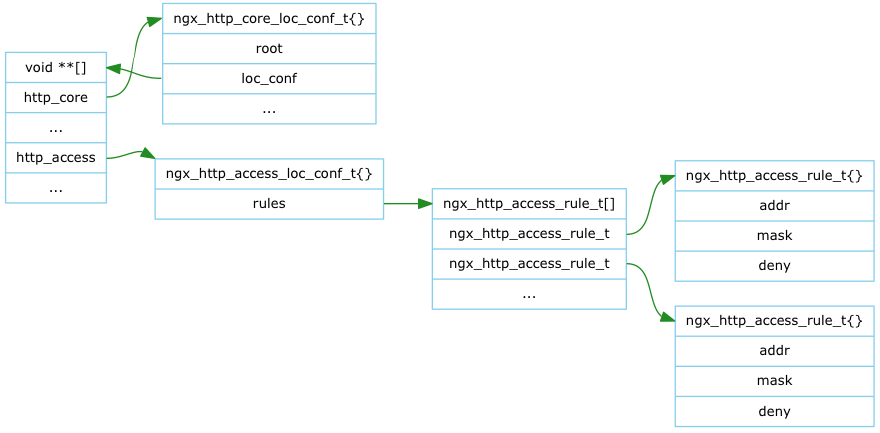
lingjf/nginx_analyse keeps this Graphviz diagram as doc/Graph/http_access/http_access_configuration.png. Above is the earlier version. Its source is kept beside it as doc/Graph/http_access/http_access_configuration.gv.
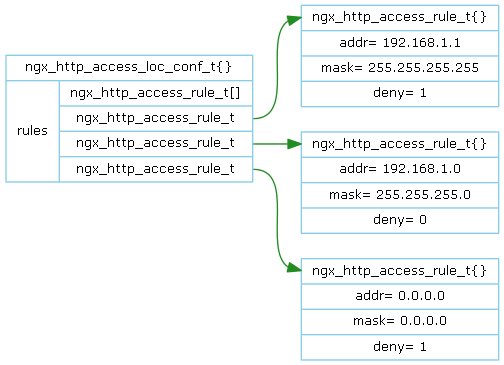
After the change.

Commit message:
Add access documents

What changed in the source:
```diff
@@ -4,20 +4,14 @@
    edge [color=forestgreen, fontname="Verdana", fontsize=10];
 
 
-   loc_conf_array [label="<head>void **\[\]|<n1>http_core|...|<n3>http_access|..."];
-   ngx_http_core_loc_conf_t [label="<head>ngx_http_core_loc_conf_t\{\}|<root>root|<loc_conf>loc_conf|..."];
 
-   ngx_http_access_loc_conf_t [label="<head>ngx_http_access_loc_conf_t\{\}|<rules>rules"];
-   ngx_http_access_rule_array [label="<head>ngx_http_access_rule_t\[\]|<n1>ngx_http_access_rule_t|<n2>ngx_http_access_rule_t|..."];
-   ngx_http_access_rule_t_1 [label="<head>ngx_http_access_rule_t\{\}|addr|mask|deny"];
-   ngx_http_access_rule_t_2 [label="<head>ngx_http_access_rule_t\{\}|addr|mask|deny"];
+   ngx_http_access_loc_conf_t [label="<head>ngx_http_access_loc_conf_t\{\}|{rules|{ngx_http_access_rule_t\[\]|<n1>ngx_http_access_rule_t|<n2>ngx_http_access_rule_t|<n3>ngx_http_access_rule_t}}"];
 
+   ngx_http_access_rule_t_1 [label="<head>ngx_http_access_rule_t\{\}|addr= 192.168.1.1|mask= 255.255.255.255|deny= 1"];
+   ngx_http_access_rule_t_2 [label="<head>ngx_http_access_rule_t\{\}|addr= 192.168.1.0|mask= 255.255.255.0|deny= 0"];
+   ngx_http_access_rule_t_3 [label="<head>ngx_http_access_rule_t\{\}|addr= 0.0.0.0|mask= 0.0.0.0|deny= 1"];
 
-   loc_conf_array:n1:e -> ngx_http_core_loc_conf_t:head;
-   ngx_http_core_loc_conf_t:loc_conf -> loc_conf_array:head;
-
-   loc_conf_array:n3 -> ngx_http_access_loc_conf_t:head:nw;
-   ngx_http_access_loc_conf_t:rules -> ngx_http_access_rule_array:head;
-   ngx_http_access_rule_array:n1 -> ngx_http_access_rule_t_1:head;
-   ngx_http_access_rule_array:n2 -> ngx_http_access_rule_t_2:head;
+   ngx_http_access_loc_conf_t:n1 -> ngx_http_access_rule_t_1:head;
+   ngx_http_access_loc_conf_t:n2 -> ngx_http_access_rule_t_2:head;
+   ngx_http_access_loc_conf_t:n3 -> ngx_http_access_rule_t_3:head;
 }
```
